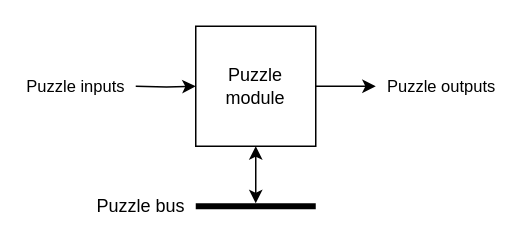
This is page "puzzle-module-top" (5 of 12) of docs/figs.drawio from lonkaars/puzzelbox, a draw.io file, before an edit. Source tidied: cells renumbered, new cells numbered last; positions are measured from the earlier drawing's top-left corner, leaving out a move shared by most shapes. Both pictures are drawn from the tidied source at 150%, with x=0, y=0 at pixel (135, 26).
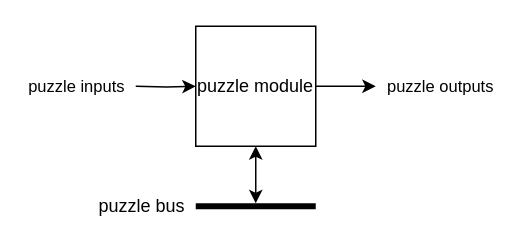
Above is the later version.

Change to the diagram source:
```diff
@@
 <mxGraphModel>
   <root>
     <mxCell id="0" />
     <mxCell id="1" parent="0" />
-    <mxCell id="2" value="Puzzle module" style="rounded=0;whiteSpace=wrap;html=1;fontFamily=Arial;" parent="1" vertex="1">
+    <mxCell id="2" value="puzzle module" style="rounded=0;whiteSpace=wrap;html=1;fontFamily=Arial;" parent="1" vertex="1">
       <mxGeometry x="40" width="80" height="80" as="geometry" />
     </mxCell>
     <mxCell id="3" style="endArrow=classic;startArrow=classic;html=1;rounded=0;entryX=0.5;entryY=1;entryDx=0;entryDy=0;fontFamily=Arial;" parent="1" edge="1" source="4" target="2">
       <mxGeometry relative="1" as="geometry" />
     </mxCell>
-    <mxCell id="4" value="Puzzle bus" style="line;strokeWidth=4;html=1;perimeter=backbonePerimeter;points=[];outlineConnect=0;align=right;labelPosition=left;verticalLabelPosition=middle;verticalAlign=middle;spacingTop=0;spacing=8;fontFamily=Arial;" parent="1" vertex="1">
+    <mxCell id="4" value="puzzle bus" style="line;strokeWidth=4;html=1;perimeter=backbonePerimeter;points=[];outlineConnect=0;align=right;labelPosition=left;verticalLabelPosition=middle;verticalAlign=middle;spacingTop=0;spacing=8;fontFamily=Arial;" parent="1" vertex="1">
       <mxGeometry x="40" y="110" width="80" height="20" as="geometry" />
     </mxCell>
-    <mxCell id="5" value="Puzzle outputs" style="endArrow=classic;html=1;rounded=0;edgeStyle=orthogonalEdgeStyle;labelPosition=right;verticalLabelPosition=middle;align=left;verticalAlign=middle;spacing=8;fontFamily=Arial;" parent="1" edge="1" source="2">
+    <mxCell id="5" value="puzzle outputs" style="endArrow=classic;html=1;rounded=0;edgeStyle=orthogonalEdgeStyle;labelPosition=right;verticalLabelPosition=middle;align=left;verticalAlign=middle;spacing=8;fontFamily=Arial;" parent="1" edge="1" source="2">
       <mxGeometry x="1" relative="1" as="geometry">
         <mxPoint x="160" y="40" as="targetPoint" />
       </mxGeometry>
     </mxCell>
-    <mxCell id="6" value="Puzzle inputs" style="endArrow=classic;html=1;rounded=0;edgeStyle=orthogonalEdgeStyle;labelPosition=left;verticalLabelPosition=middle;align=right;verticalAlign=middle;spacing=8;fontFamily=Arial;" parent="1" edge="1" target="2">
+    <mxCell id="6" value="puzzle inputs" style="endArrow=classic;html=1;rounded=0;edgeStyle=orthogonalEdgeStyle;labelPosition=left;verticalLabelPosition=middle;align=right;verticalAlign=middle;spacing=8;fontFamily=Arial;" parent="1" edge="1" target="2">
       <mxGeometry x="-1" relative="1" as="geometry">
         <mxPoint y="40" as="sourcePoint" />
       </mxGeometry>
     </mxCell>
   </root>
 </mxGraphModel>
```
